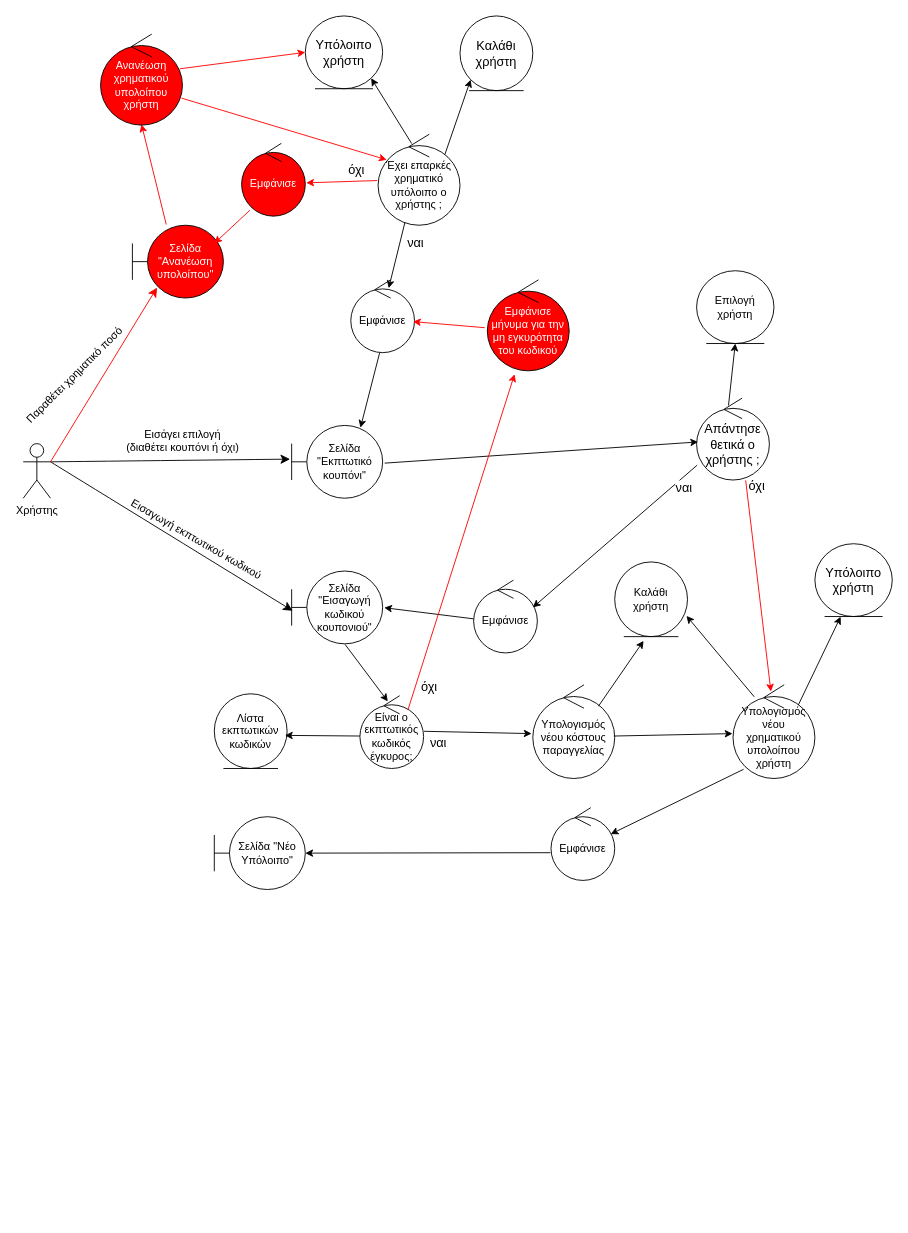
Dionkaps/Eu-Zin keeps this draw.io diagram as ΠΕΜΠΤΟ ΠΑΡΑΔΟΤΕΟ/ΔΙΟΡΘΩΣΕΙΣ ΠΡΟΗΓΟΥΜΕΝΩΝ ΠΑΡΑΔΟΤΕΩΝ/Robustness-diagrams-v0.3/rd_πληρωμή_παραγγελίας-v0.3.drawio. Above is the earlier version. Source tidied: cells renumbered, new cells numbered last; positions are measured from the earlier drawing's top-left corner, leaving out a move shared by most shapes. Both pictures are drawn from the tidied source at 91%, with x=0, y=0 at pixel (23, 15).
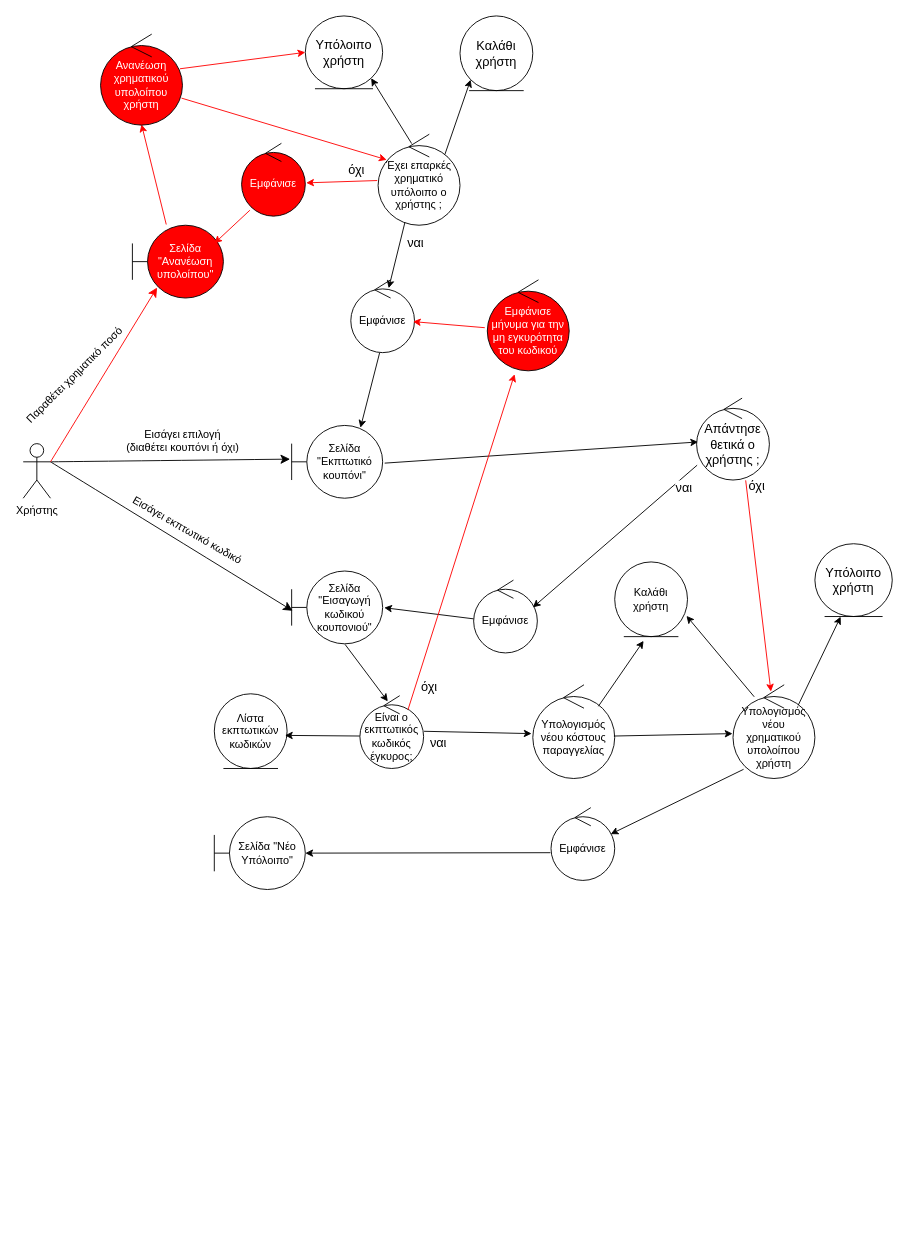
The same page after the edit.

Unchanged cells that the change refers to:
```xml
<mxCell id="12" value="&lt;font style=&quot;font-size: 14px;&quot;&gt;Απάντησε θετικά ο χρήστης ;&lt;/font&gt;" style="ellipse;shape=umlControl;whiteSpace=wrap;html=1;strokeColor=#000000;fontColor=#000000;fontSize=14;" parent="1" vertex="1">
  <mxGeometry x="740" y="420" width="80" height="90" as="geometry" />
</mxCell>
```

What changed in the source:
```diff
@@
-    <mxCell id="13" value="&lt;font&gt;Επιλογή χρήστη&lt;/font&gt;" style="ellipse;shape=umlEntity;whiteSpace=wrap;html=1;strokeColor=#000000;fontColor=#000000;" parent="1" vertex="1">
-      <mxGeometry x="740" y="280" width="85" height="80" as="geometry" />
-    </mxCell>
-    <mxCell id="14" style="endArrow=classic;html=1;rounded=0;entryX=0.5;entryY=1;entryDx=0;entryDy=0;exitX=0.438;exitY=0.09;exitDx=0;exitDy=0;exitPerimeter=0;" parent="1" edge="1" source="12" target="13">
-      <mxGeometry relative="1" as="geometry" />
-    </mxCell>
@@
-    <mxCell id="21" value="&lt;font style=&quot;font-size: 12px;&quot;&gt;Εισαγωγή εκπτωτικού κωδικού&lt;br style=&quot;font-size: 12px;&quot;&gt;&lt;/font&gt;" style="edgeLabel;html=1;align=center;verticalAlign=middle;fontSize=12;rotation=30;fontColor=#000000;" parent="1" vertex="1">
-      <mxGeometry x="130" y="1030" as="geometry">
+    <mxCell id="21" value="&lt;font style=&quot;font-size: 12px;&quot;&gt;Εισάγει εκπτωτικό κωδικό&lt;br style=&quot;font-size: 12px;&quot;&gt;&lt;/font&gt;" style="edgeLabel;html=1;align=center;verticalAlign=middle;fontSize=12;rotation=30;fontColor=#000000;" parent="1" vertex="1">
+      <mxGeometry x="120" y="1020" as="geometry">
         <mxPoint x="-176" y="-424" as="offset" />
       </mxGeometry>
     </mxCell>
```
